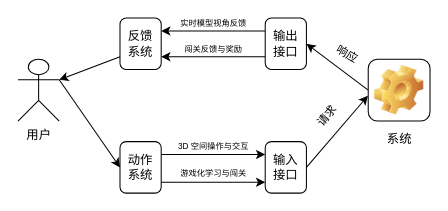
Above: page "人机交互流程图" (8 of 8) of 毕业设计/毕业设计.drawio in bosombaby/draw-store (draw.io), before the change. Source tidied: cells renumbered, new cells numbered last; positions are measured from the earlier drawing's top-left corner, leaving out a move shared by most shapes. Both pictures are drawn from the tidied source at 103%, with x=0, y=0 at pixel (18, 18).
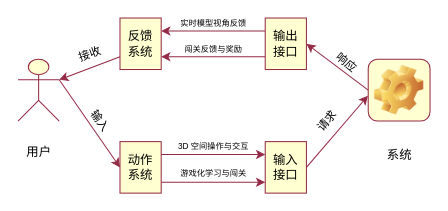
The same page after the edit.

Commit message (it also covers changes not shown here):
更新毕业设计.drawio

Change to the diagram source:
```diff
@@
-    <mxCell id="2" style="edgeStyle=none;rounded=0;jettySize=auto;html=1;exitX=1;exitY=0.3333333333333333;exitDx=0;exitDy=0;exitPerimeter=0;entryX=0;entryY=0.5;entryDx=0;entryDy=0;strokeColor=default;align=center;verticalAlign=middle;fontFamily=Helvetica;fontSize=11;fontColor=default;labelBackgroundColor=default;endArrow=classic;" parent="1" edge="1" source="3" target="13">
+    <mxCell id="2" style="edgeStyle=none;rounded=0;jettySize=auto;html=1;exitX=1;exitY=0.3333333333333333;exitDx=0;exitDy=0;exitPerimeter=0;entryX=0;entryY=0.5;entryDx=0;entryDy=0;strokeColor=#942A46;align=center;verticalAlign=middle;fontFamily=Helvetica;fontSize=12;fontColor=default;labelBackgroundColor=default;endArrow=classic;fillColor=#FFFFD1;" parent="1" edge="1" source="3" target="13">
       <mxGeometry relative="1" as="geometry" />
     </mxCell>
-    <mxCell id="3" value="用户" style="shape=umlActor;verticalLabelPosition=bottom;verticalAlign=top;html=1;outlineConnect=0;" parent="1" vertex="1">
+    <mxCell id="3" value="用户" style="shape=umlActor;verticalLabelPosition=bottom;verticalAlign=middle;html=1;outlineConnect=0;strokeColor=#942A46;align=center;fontFamily=Helvetica;fontSize=12;fontColor=default;fillColor=#FFFFD1;" parent="1" vertex="1">
       <mxGeometry y="40" width="40" height="60" as="geometry" />
     </mxCell>
-    <mxCell id="4" style="edgeStyle=none;rounded=0;jettySize=auto;html=1;exitX=0;exitY=0.5;exitDx=0;exitDy=0;entryX=1;entryY=0.5;entryDx=0;entryDy=0;strokeColor=default;align=center;verticalAlign=middle;fontFamily=Helvetica;fontSize=11;fontColor=default;labelBackgroundColor=default;endArrow=classic;" parent="1" edge="1" source="5" target="8">
+    <mxCell id="4" style="edgeStyle=none;rounded=0;jettySize=auto;html=1;exitX=0;exitY=0.5;exitDx=0;exitDy=0;entryX=1;entryY=0.5;entryDx=0;entryDy=0;strokeColor=#942A46;align=center;verticalAlign=middle;fontFamily=Helvetica;fontSize=12;fontColor=default;labelBackgroundColor=default;endArrow=classic;fillColor=#FFFFD1;" parent="1" edge="1" source="5" target="8">
       <mxGeometry relative="1" as="geometry" />
     </mxCell>
-    <mxCell id="5" value="系统" style="icon;html=1;image=img/clipart/Gear_128x128.png;" parent="1" vertex="1">
+    <mxCell id="5" value="系统" style="icon;html=1;image=img/clipart/Gear_128x128.png;strokeColor=#942A46;align=center;verticalAlign=middle;fontFamily=Helvetica;fontSize=12;fontColor=default;fillColor=#FFFFD1;" parent="1" vertex="1">
       <mxGeometry x="340" y="40" width="60" height="60" as="geometry" />
     </mxCell>
-    <mxCell id="6" style="edgeStyle=none;rounded=0;jettySize=auto;html=1;exitX=0;exitY=0.25;exitDx=0;exitDy=0;entryX=1;entryY=0.25;entryDx=0;entryDy=0;strokeColor=default;align=center;verticalAlign=middle;fontFamily=Helvetica;fontSize=11;fontColor=default;labelBackgroundColor=default;endArrow=classic;" parent="1" edge="1" source="8" target="10">
+    <mxCell id="6" style="edgeStyle=none;rounded=0;jettySize=auto;html=1;exitX=0;exitY=0.25;exitDx=0;exitDy=0;entryX=1;entryY=0.25;entryDx=0;entryDy=0;strokeColor=#942A46;align=center;verticalAlign=middle;fontFamily=Helvetica;fontSize=12;fontColor=default;labelBackgroundColor=default;endArrow=classic;fillColor=#FFFFD1;" parent="1" edge="1" source="8" target="10">
       <mxGeometry relative="1" as="geometry" />
     </mxCell>
-    <mxCell id="7" style="edgeStyle=none;rounded=0;jettySize=auto;html=1;exitX=0;exitY=0.75;exitDx=0;exitDy=0;entryX=1;entryY=0.75;entryDx=0;entryDy=0;strokeColor=default;align=center;verticalAlign=middle;fontFamily=Helvetica;fontSize=11;fontColor=default;labelBackgroundColor=default;endArrow=classic;" parent="1" edge="1" source="8" target="10">
+    <mxCell id="7" style="edgeStyle=none;rounded=0;jettySize=auto;html=1;exitX=0;exitY=0.75;exitDx=0;exitDy=0;entryX=1;entryY=0.75;entryDx=0;entryDy=0;strokeColor=#942A46;align=center;verticalAlign=middle;fontFamily=Helvetica;fontSize=12;fontColor=default;labelBackgroundColor=default;endArrow=classic;fillColor=#FFFFD1;" parent="1" edge="1" source="8" target="10">
       <mxGeometry relative="1" as="geometry" />
     </mxCell>
-    <mxCell id="8" value="输出&lt;div&gt;接口&lt;/div&gt;" style="rounded=1;whiteSpace=wrap;html=1;" parent="1" vertex="1">
+    <mxCell id="8" value="输出&lt;div&gt;接口&lt;/div&gt;" style="rounded=0;whiteSpace=wrap;html=1;strokeColor=#942A46;align=center;verticalAlign=middle;fontFamily=Helvetica;fontSize=12;fontColor=default;labelBackgroundColor=none;fillColor=#FFFFD1;" parent="1" vertex="1">
       <mxGeometry x="240" width="40" height="50" as="geometry" />
     </mxCell>
-    <mxCell id="9" value="&lt;div&gt;输入&lt;/div&gt;&lt;div&gt;接口&lt;/div&gt;" style="rounded=1;whiteSpace=wrap;html=1;" parent="1" vertex="1">
+    <mxCell id="9" value="&lt;div&gt;输入&lt;/div&gt;&lt;div&gt;接口&lt;/div&gt;" style="rounded=0;whiteSpace=wrap;html=1;strokeColor=#942A46;align=center;verticalAlign=middle;fontFamily=Helvetica;fontSize=12;fontColor=default;labelBackgroundColor=none;fillColor=#FFFFD1;" parent="1" vertex="1">
       <mxGeometry x="240" y="120" width="40" height="50" as="geometry" />
     </mxCell>
-    <mxCell id="10" value="反馈&lt;div&gt;系统&lt;/div&gt;" style="rounded=1;whiteSpace=wrap;html=1;" parent="1" vertex="1">
+    <mxCell id="10" value="反馈&lt;div&gt;系统&lt;/div&gt;" style="rounded=0;whiteSpace=wrap;html=1;strokeColor=#942A46;align=center;verticalAlign=middle;fontFamily=Helvetica;fontSize=12;fontColor=default;labelBackgroundColor=none;fillColor=#FFFFD1;" parent="1" vertex="1">
       <mxGeometry x="99" width="40" height="50" as="geometry" />
     </mxCell>
-    <mxCell id="11" style="edgeStyle=none;rounded=0;jettySize=auto;html=1;exitX=1;exitY=0.25;exitDx=0;exitDy=0;entryX=0;entryY=0.25;entryDx=0;entryDy=0;strokeColor=default;align=center;verticalAlign=middle;fontFamily=Helvetica;fontSize=11;fontColor=default;labelBackgroundColor=default;endArrow=classic;" parent="1" edge="1" source="13" target="9">
+    <mxCell id="11" style="edgeStyle=none;rounded=0;jettySize=auto;html=1;exitX=1;exitY=0.25;exitDx=0;exitDy=0;entryX=0;entryY=0.25;entryDx=0;entryDy=0;strokeColor=#942A46;align=center;verticalAlign=middle;fontFamily=Helvetica;fontSize=12;fontColor=default;labelBackgroundColor=default;endArrow=classic;fillColor=#FFFFD1;" parent="1" edge="1" source="13" target="9">
       <mxGeometry relative="1" as="geometry" />
     </mxCell>
-    <mxCell id="12" style="edgeStyle=none;rounded=0;orthogonalLoop=1;jettySize=auto;html=1;exitX=1;exitY=0.75;exitDx=0;exitDy=0;entryX=0;entryY=0.75;entryDx=0;entryDy=0;strokeColor=default;align=center;verticalAlign=middle;fontFamily=Helvetica;fontSize=11;fontColor=default;labelBackgroundColor=default;endArrow=classic;" parent="1" edge="1">
+    <mxCell id="12" style="edgeStyle=none;rounded=0;orthogonalLoop=1;jettySize=auto;html=1;exitX=1;exitY=0.75;exitDx=0;exitDy=0;entryX=0;entryY=0.75;entryDx=0;entryDy=0;strokeColor=#942A46;align=center;verticalAlign=middle;fontFamily=Helvetica;fontSize=12;fontColor=default;labelBackgroundColor=default;endArrow=classic;fillColor=#FFFFD1;" parent="1" edge="1">
       <mxGeometry relative="1" as="geometry">
         <mxPoint x="139" y="159.5" as="sourcePoint" />
         <mxPoint x="240" y="159.5" as="targetPoint" />
       </mxGeometry>
     </mxCell>
-    <mxCell id="13" value="动作&lt;div&gt;系统&lt;/div&gt;" style="rounded=1;whiteSpace=wrap;html=1;" parent="1" vertex="1">
+    <mxCell id="13" value="动作&lt;div&gt;系统&lt;/div&gt;" style="rounded=0;whiteSpace=wrap;html=1;strokeColor=#942A46;align=center;verticalAlign=middle;fontFamily=Helvetica;fontSize=12;fontColor=default;labelBackgroundColor=none;fillColor=#FFFFD1;" parent="1" vertex="1">
       <mxGeometry x="99" y="120" width="40" height="50" as="geometry" />
     </mxCell>
-    <mxCell id="14" style="edgeStyle=none;rounded=0;jettySize=auto;html=1;exitX=1;exitY=0.5;exitDx=0;exitDy=0;entryX=-0.005;entryY=0.591;entryDx=0;entryDy=0;entryPerimeter=0;strokeColor=default;align=center;verticalAlign=middle;fontFamily=Helvetica;fontSize=11;fontColor=default;labelBackgroundColor=default;endArrow=classic;" parent="1" edge="1" source="9" target="5">
+    <mxCell id="14" style="edgeStyle=none;rounded=0;jettySize=auto;html=1;exitX=1;exitY=0.5;exitDx=0;exitDy=0;entryX=-0.005;entryY=0.591;entryDx=0;entryDy=0;entryPerimeter=0;strokeColor=#942A46;align=center;verticalAlign=middle;fontFamily=Helvetica;fontSize=12;fontColor=default;labelBackgroundColor=default;endArrow=classic;fillColor=#FFFFD1;" parent="1" edge="1" source="9" target="5">
       <mxGeometry relative="1" as="geometry" />
     </mxCell>
     <mxCell id="15" value="请求" style="text;html=1;align=center;verticalAlign=middle;whiteSpace=wrap;rounded=0;fontFamily=Helvetica;fontSize=11;fontColor=default;labelBackgroundColor=default;rotation=-50;" parent="1" vertex="1">
-      <mxGeometry x="270" y="80" width="60" height="30" as="geometry" />
+      <mxGeometry x="270" y="90" width="60" height="20" as="geometry" />
     </mxCell>
-    <mxCell id="16" value="响应" style="text;html=1;align=center;verticalAlign=middle;whiteSpace=wrap;rounded=0;fontFamily=Helvetica;fontSize=11;fontColor=default;labelBackgroundColor=default;rotation=30;" parent="1" vertex="1">
-      <mxGeometry x="290" y="20" width="60" height="30" as="geometry" />
+    <mxCell id="16" value="响应" style="text;html=1;align=center;verticalAlign=middle;whiteSpace=wrap;rounded=0;fontFamily=Helvetica;fontSize=11;fontColor=default;labelBackgroundColor=default;rotation=40;" parent="1" vertex="1">
+      <mxGeometry x="288.8" y="35.9" width="60" height="15" as="geometry" />
     </mxCell>
@@
-    <mxCell id="18" style="edgeStyle=none;rounded=0;jettySize=auto;html=1;exitX=0;exitY=0.75;exitDx=0;exitDy=0;entryX=1;entryY=0.3333333333333333;entryDx=0;entryDy=0;entryPerimeter=0;strokeColor=default;align=center;verticalAlign=middle;fontFamily=Helvetica;fontSize=11;fontColor=default;labelBackgroundColor=default;endArrow=classic;" parent="1" edge="1" source="10" target="3">
+    <mxCell id="18" style="edgeStyle=none;rounded=0;jettySize=auto;html=1;exitX=0;exitY=0.75;exitDx=0;exitDy=0;entryX=1;entryY=0.3333333333333333;entryDx=0;entryDy=0;entryPerimeter=0;strokeColor=#942A46;align=center;verticalAlign=middle;fontFamily=Helvetica;fontSize=12;fontColor=default;labelBackgroundColor=default;endArrow=classic;fillColor=#FFFFD1;" parent="1" edge="1" source="10" target="3">
       <mxGeometry relative="1" as="geometry" />
     </mxCell>
@@
+    <mxCell id="22" value="接收" style="text;html=1;align=center;verticalAlign=middle;whiteSpace=wrap;rounded=0;fontFamily=Helvetica;fontSize=11;fontColor=default;labelBackgroundColor=default;rotation=-20;" parent="1" vertex="1">
+      <mxGeometry x="40" y="25" width="60" height="20" as="geometry" />
+    </mxCell>
+    <mxCell id="23" value="输入" style="text;html=1;align=center;verticalAlign=middle;whiteSpace=wrap;rounded=0;fontFamily=Helvetica;fontSize=11;fontColor=default;labelBackgroundColor=default;rotation=55;" parent="1" vertex="1">
+      <mxGeometry x="50" y="90" width="60" height="20" as="geometry" />
+    </mxCell>
+    <mxCell id="24" style="edgeStyle=none;rounded=0;orthogonalLoop=1;jettySize=auto;html=1;exitX=0.5;exitY=0;exitDx=0;exitDy=0;strokeColor=default;align=center;verticalAlign=middle;fontFamily=Helvetica;fontSize=11;fontColor=default;labelBackgroundColor=default;endArrow=classic;" parent="1" edge="1" source="23" target="23">
+      <mxGeometry relative="1" as="geometry" />
+    </mxCell>
```
